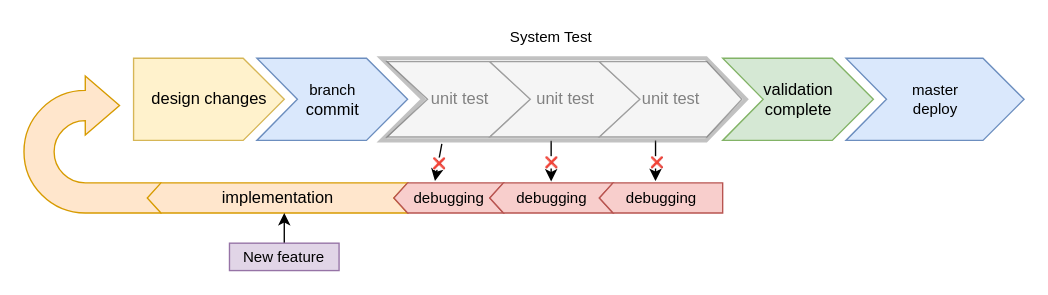
JosiahMendes/MIPS32-T501 keeps this draw.io diagram as docs/Testing_Flow.drawio. Above is the earlier version. Source tidied: cells renumbered, new cells numbered last; positions are measured from the earlier drawing's top-left corner, leaving out a move shared by most shapes. Both pictures are drawn from the tidied source at 137%, with x=0, y=0 at pixel (23, 23).
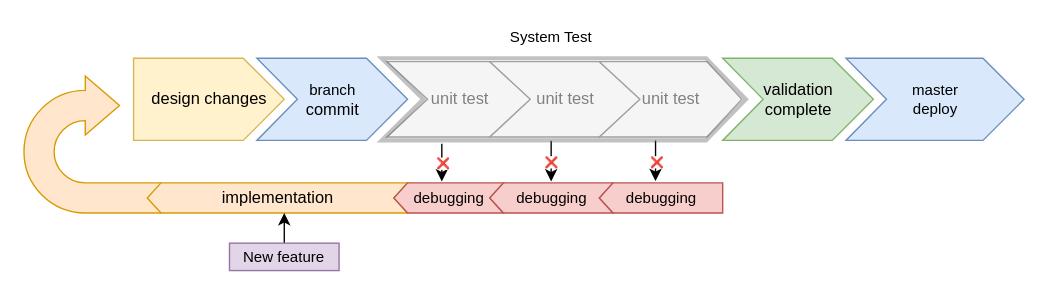
The same diagram, later.

Commit message:
misplaced error fixed

Unchanged cells that the change refers to:
```xml
<mxCell id="4" value="unit test" style="html=1;shadow=0;dashed=0;align=center;verticalAlign=middle;shape=mxgraph.arrows2.arrow;dy=0;dx=30;notch=29.57;horizontal=1;fillColor=#f5f5f5;strokeColor=#666666;fontColor=#333333;" parent="1" vertex="1">
  <mxGeometry x="265" y="27.5" width="105" height="55" as="geometry" />
</mxCell>
<mxCell id="10" value="&lt;font style=&quot;font-size: 11px;&quot;&gt;debugging&lt;/font&gt;" style="html=1;shadow=0;dashed=0;align=center;verticalAlign=middle;shape=mxgraph.arrows2.arrow;dy=0;dx=10;notch=10;flipH=1;horizontal=1;fontSize=11;fillColor=#f8cecc;strokeColor=#b85450;" parent="1" vertex="1">
  <mxGeometry x="270" y="116" width="80" height="22" as="geometry" />
</mxCell>
```

What changed in the source:
```diff
@@
-    <mxCell id="13" style="endArrow=classic;html=1;fontSize=11;exitX=0;exitY=0;exitDx=40;exitDy=60;exitPerimeter=0;entryX=0.625;entryY=-0.061;entryDx=0;entryDy=0;entryPerimeter=0;" parent="1" edge="1" source="4" target="10">
-      <mxGeometry relative="1" as="geometry" />
+    <mxCell id="13" style="endArrow=classic;html=1;fontSize=11;exitX=0;exitY=0;exitDx=40;exitDy=60;exitPerimeter=0;" parent="1" edge="1" source="4">
+      <mxGeometry relative="1" as="geometry">
+        <mxPoint x="305" y="115" as="targetPoint" />
+      </mxGeometry>
     </mxCell>
```
